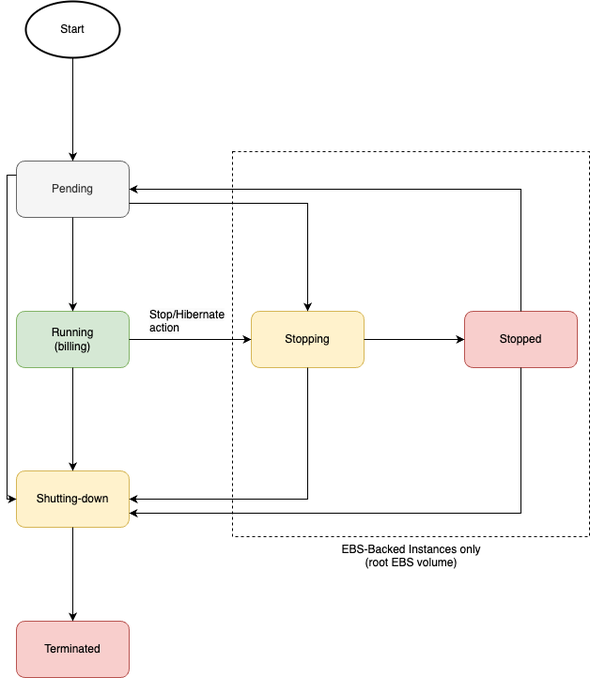
Before: src/2_AWSComponents/3_ComputeServices/AmazonEC2/assets/EC2_Instance_LifeCycle.drawio.png, a diagram exported from draw.io (Anshul619/HLD-System-Designs). Source tidied: cells renumbered, new cells last; positions are measured from the earlier drawing's top-left corner, leaving out a move shared by most shapes. Source of this version:
```xml
<mxGraphModel>
  <root>
    <mxCell id="0" />
    <mxCell id="1" parent="0" />
    <mxCell id="2" value="EBS-Backed Instances only&lt;br&gt;(root EBS volume)" style="verticalLabelPosition=bottom;verticalAlign=top;html=1;shape=mxgraph.basic.rect;fillColor2=none;strokeWidth=1;size=20;indent=5;dashed=1;" parent="1" vertex="1">
      <mxGeometry x="230" y="160" width="380" height="410" as="geometry" />
    </mxCell>
    <mxCell id="3" value="Pending" style="rounded=1;whiteSpace=wrap;html=1;fillColor=#f5f5f5;strokeColor=#666666;fontColor=#333333;" parent="1" vertex="1">
      <mxGeometry y="170" width="120" height="60" as="geometry" />
    </mxCell>
    <mxCell id="4" value="Start" style="strokeWidth=2;html=1;shape=mxgraph.flowchart.start_1;whiteSpace=wrap;" parent="1" vertex="1">
      <mxGeometry x="10" width="100" height="60" as="geometry" />
    </mxCell>
    <mxCell id="5" style="endArrow=classic;html=1;rounded=0;entryX=0.5;entryY=0;entryDx=0;entryDy=0;" parent="1" edge="1" source="4" target="3">
      <mxGeometry relative="1" as="geometry" />
    </mxCell>
    <mxCell id="6" value="Running &lt;br&gt;(billing)" style="rounded=1;whiteSpace=wrap;html=1;fillColor=#d5e8d4;strokeColor=#82b366;" parent="1" vertex="1">
      <mxGeometry y="330" width="120" height="60" as="geometry" />
    </mxCell>
    <mxCell id="7" style="endArrow=classic;html=1;rounded=0;exitX=0.5;exitY=1;exitDx=0;exitDy=0;" parent="1" edge="1" source="3" target="6">
      <mxGeometry relative="1" as="geometry" />
    </mxCell>
    <mxCell id="8" value="Shutting-down" style="rounded=1;whiteSpace=wrap;html=1;fillColor=#fff2cc;strokeColor=#d6b656;" parent="1" vertex="1">
      <mxGeometry y="500" width="120" height="60" as="geometry" />
    </mxCell>
    <mxCell id="9" style="endArrow=classic;html=1;rounded=0;exitX=0.5;exitY=1;exitDx=0;exitDy=0;" parent="1" edge="1" source="6" target="8">
      <mxGeometry relative="1" as="geometry" />
    </mxCell>
    <mxCell id="10" value="Terminated" style="rounded=1;whiteSpace=wrap;html=1;fillColor=#f8cecc;strokeColor=#b85450;" parent="1" vertex="1">
      <mxGeometry y="660" width="120" height="60" as="geometry" />
    </mxCell>
    <mxCell id="11" style="endArrow=classic;html=1;rounded=0;" parent="1" edge="1" target="10">
      <mxGeometry relative="1" as="geometry">
        <mxPoint x="60" y="560" as="sourcePoint" />
      </mxGeometry>
    </mxCell>
    <mxCell id="12" value="Stopping" style="rounded=1;whiteSpace=wrap;html=1;fillColor=#fff2cc;strokeColor=#d6b656;" parent="1" vertex="1">
      <mxGeometry x="250" y="330" width="120" height="60" as="geometry" />
    </mxCell>
    <mxCell id="13" style="endArrow=classic;html=1;rounded=0;exitX=1;exitY=0.5;exitDx=0;exitDy=0;" parent="1" edge="1" source="6" target="12">
      <mxGeometry relative="1" as="geometry" />
    </mxCell>
    <mxCell id="14" style="endArrow=classic;html=1;rounded=0;exitX=1;exitY=0.75;exitDx=0;exitDy=0;entryX=0.5;entryY=0;entryDx=0;entryDy=0;edgeStyle=orthogonalEdgeStyle;" parent="1" edge="1" source="3" target="12">
      <mxGeometry relative="1" as="geometry" />
    </mxCell>
    <mxCell id="15" value="Stopped" style="rounded=1;whiteSpace=wrap;html=1;fillColor=#f8cecc;strokeColor=#b85450;" parent="1" vertex="1">
      <mxGeometry x="477" y="330" width="120" height="60" as="geometry" />
    </mxCell>
    <mxCell id="16" style="endArrow=classic;html=1;rounded=0;exitX=1;exitY=0.5;exitDx=0;exitDy=0;entryX=0;entryY=0.5;entryDx=0;entryDy=0;" parent="1" edge="1" source="12" target="15">
      <mxGeometry relative="1" as="geometry" />
    </mxCell>
    <mxCell id="17" style="endArrow=classic;html=1;rounded=0;exitX=0.5;exitY=0;exitDx=0;exitDy=0;entryX=1;entryY=0.5;entryDx=0;entryDy=0;edgeStyle=orthogonalEdgeStyle;" parent="1" edge="1" source="15" target="3">
      <mxGeometry relative="1" as="geometry" />
    </mxCell>
    <mxCell id="18" style="endArrow=classic;html=1;rounded=0;exitX=0.5;exitY=1;exitDx=0;exitDy=0;entryX=1;entryY=0.5;entryDx=0;entryDy=0;edgeStyle=orthogonalEdgeStyle;" parent="1" edge="1" source="12" target="8">
      <mxGeometry relative="1" as="geometry" />
    </mxCell>
    <mxCell id="19" style="endArrow=classic;html=1;rounded=0;exitX=0.5;exitY=1;exitDx=0;exitDy=0;entryX=1;entryY=0.75;entryDx=0;entryDy=0;edgeStyle=orthogonalEdgeStyle;" parent="1" edge="1" source="15" target="8">
      <mxGeometry relative="1" as="geometry" />
    </mxCell>
    <mxCell id="20" style="endArrow=classic;html=1;rounded=0;exitX=0;exitY=0.25;exitDx=0;exitDy=0;entryX=0;entryY=0.5;entryDx=0;entryDy=0;edgeStyle=orthogonalEdgeStyle;" parent="1" edge="1" source="3" target="8">
      <mxGeometry relative="1" as="geometry" />
    </mxCell>
    <mxCell id="21" value="&lt;span style=&quot;color: rgb(0, 0, 0); font-family: Helvetica; font-size: 12px; font-style: normal; font-variant-ligatures: normal; font-variant-caps: normal; font-weight: 400; letter-spacing: normal; orphans: 2; text-align: center; text-indent: 0px; text-transform: none; widows: 2; word-spacing: 0px; -webkit-text-stroke-width: 0px; background-color: rgb(251, 251, 251); text-decoration-thickness: initial; text-decoration-style: initial; text-decoration-color: initial; float: none; display: inline !important;&quot;&gt;Stop/Hibernate action&lt;/span&gt;" style="text;whiteSpace=wrap;html=1;" parent="1" vertex="1">
      <mxGeometry x="140" y="320" width="90" height="40" as="geometry" />
    </mxCell>
  </root>
</mxGraphModel>
```
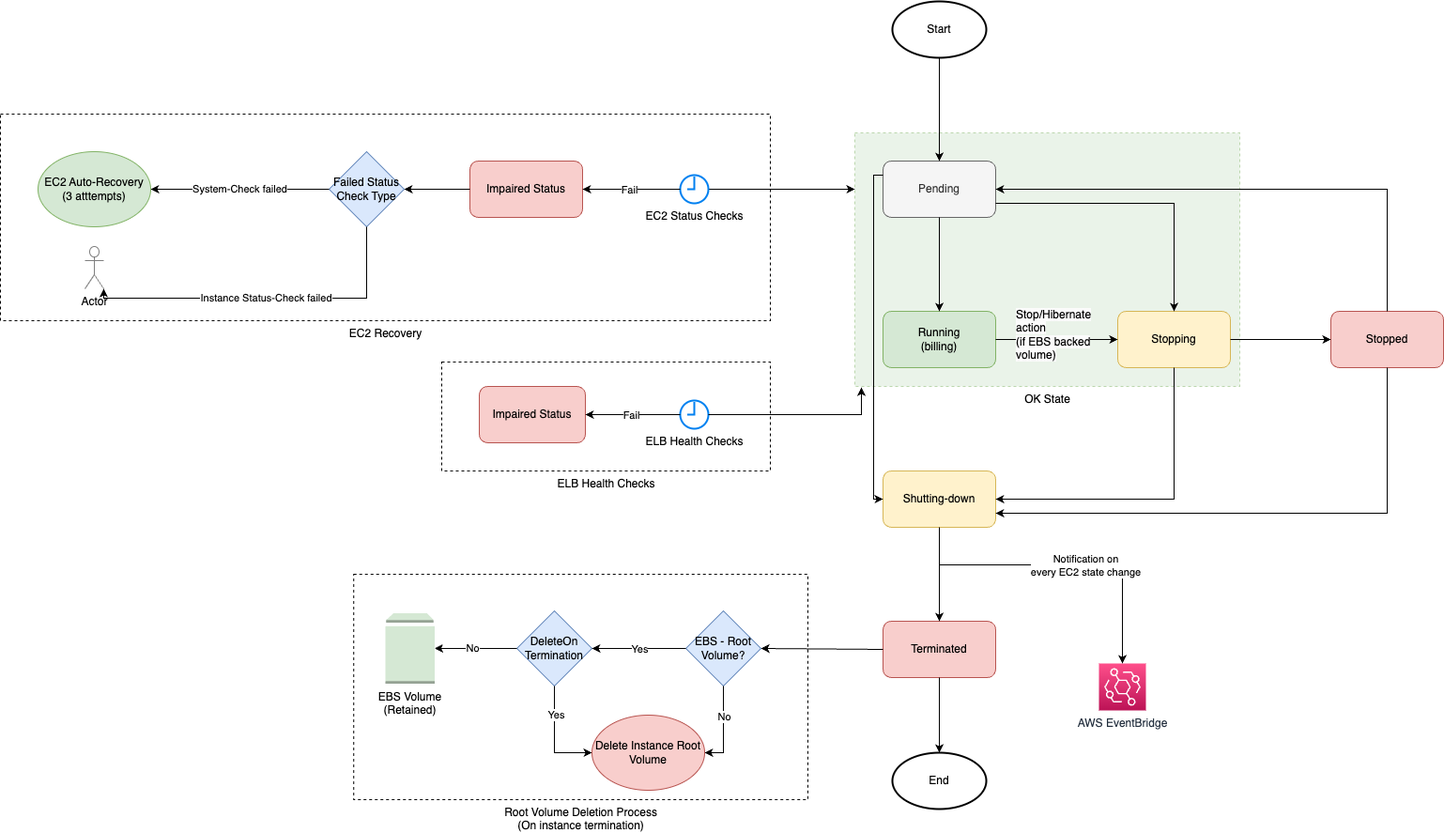
Later version of the same file.

Change to the diagram source:
```diff
@@ -2,9 +2,15 @@
   <root>
     <mxCell id="0" />
     <mxCell id="1" parent="0" />
-    <mxCell id="2" value="EBS-Backed Instances only&lt;br&gt;(root EBS volume)" style="verticalLabelPosition=bottom;verticalAlign=top;html=1;shape=mxgraph.basic.rect;fillColor2=none;strokeWidth=1;size=20;indent=5;dashed=1;" parent="1" vertex="1">
-      <mxGeometry x="230" y="160" width="380" height="410" as="geometry" />
-    </mxCell>
+    <mxCell id="22" value="OK State" style="verticalLabelPosition=bottom;verticalAlign=top;html=1;shape=mxgraph.basic.rect;fillColor2=none;strokeWidth=1;size=20;indent=5;dashed=1;fillColor=#d5e8d4;strokeColor=#82b366;opacity=50;" parent="1" vertex="1">
+      <mxGeometry x="-30" y="140" width="410" height="270" as="geometry" />
+    </mxCell>
+    <mxCell id="23" value="EC2 Recovery" style="verticalLabelPosition=bottom;verticalAlign=top;html=1;shape=mxgraph.basic.rect;fillColor2=none;strokeWidth=1;size=20;indent=5;dashed=1;" parent="1" vertex="1">
+      <mxGeometry x="-940" y="120" width="820" height="220" as="geometry" />
+    </mxCell>
+    <mxCell id="24" value="Root Volume Deletion Process&lt;br&gt;(On instance termination)" style="verticalLabelPosition=bottom;verticalAlign=top;html=1;shape=mxgraph.basic.rect;fillColor2=none;strokeWidth=1;size=20;indent=5;dashed=1;" parent="1" vertex="1">
+      <mxGeometry x="-563.8" y="610" width="483.8" height="240" as="geometry" />
+    </mxCell>
     <mxCell id="3" value="Pending" style="rounded=1;whiteSpace=wrap;html=1;fillColor=#f5f5f5;strokeColor=#666666;fontColor=#333333;" parent="1" vertex="1">
       <mxGeometry y="170" width="120" height="60" as="geometry" />
     </mxCell>
@@ -23,9 +29,6 @@
     <mxCell id="8" value="Shutting-down" style="rounded=1;whiteSpace=wrap;html=1;fillColor=#fff2cc;strokeColor=#d6b656;" parent="1" vertex="1">
       <mxGeometry y="500" width="120" height="60" as="geometry" />
     </mxCell>
-    <mxCell id="9" style="endArrow=classic;html=1;rounded=0;exitX=0.5;exitY=1;exitDx=0;exitDy=0;" parent="1" edge="1" source="6" target="8">
-      <mxGeometry relative="1" as="geometry" />
-    </mxCell>
     <mxCell id="10" value="Terminated" style="rounded=1;whiteSpace=wrap;html=1;fillColor=#f8cecc;strokeColor=#b85450;" parent="1" vertex="1">
       <mxGeometry y="660" width="120" height="60" as="geometry" />
     </mxCell>
@@ -61,8 +64,129 @@
     <mxCell id="20" style="endArrow=classic;html=1;rounded=0;exitX=0;exitY=0.25;exitDx=0;exitDy=0;entryX=0;entryY=0.5;entryDx=0;entryDy=0;edgeStyle=orthogonalEdgeStyle;" parent="1" edge="1" source="3" target="8">
       <mxGeometry relative="1" as="geometry" />
     </mxCell>
-    <mxCell id="21" value="&lt;span style=&quot;color: rgb(0, 0, 0); font-family: Helvetica; font-size: 12px; font-style: normal; font-variant-ligatures: normal; font-variant-caps: normal; font-weight: 400; letter-spacing: normal; orphans: 2; text-align: center; text-indent: 0px; text-transform: none; widows: 2; word-spacing: 0px; -webkit-text-stroke-width: 0px; background-color: rgb(251, 251, 251); text-decoration-thickness: initial; text-decoration-style: initial; text-decoration-color: initial; float: none; display: inline !important;&quot;&gt;Stop/Hibernate action&lt;/span&gt;" style="text;whiteSpace=wrap;html=1;" parent="1" vertex="1">
+    <mxCell id="21" value="&lt;span style=&quot;color: rgb(0, 0, 0); font-family: Helvetica; font-size: 12px; font-style: normal; font-variant-ligatures: normal; font-variant-caps: normal; font-weight: 400; letter-spacing: normal; orphans: 2; text-align: center; text-indent: 0px; text-transform: none; widows: 2; word-spacing: 0px; -webkit-text-stroke-width: 0px; background-color: rgb(251, 251, 251); text-decoration-thickness: initial; text-decoration-style: initial; text-decoration-color: initial; float: none; display: inline !important;&quot;&gt;Stop/Hibernate action &lt;br&gt;(if EBS backed volume)&lt;/span&gt;" style="text;whiteSpace=wrap;html=1;" parent="1" vertex="1">
       <mxGeometry x="140" y="320" width="90" height="40" as="geometry" />
     </mxCell>
+    <mxCell id="25" style="endArrow=classic;html=1;rounded=0;exitX=0;exitY=0.5;exitDx=0;exitDy=0;startArrow=none;entryX=1;entryY=0.5;entryDx=0;entryDy=0;" parent="1" edge="1" source="26" target="26">
+      <mxGeometry relative="1" as="geometry" />
+    </mxCell>
+    <mxCell id="26" value="Impaired Status" style="rounded=1;whiteSpace=wrap;html=1;fillColor=#f8cecc;strokeColor=#b85450;" parent="1" vertex="1">
+      <mxGeometry x="-440" y="170" width="120" height="60" as="geometry" />
+    </mxCell>
+    <mxCell id="27" style="endArrow=classic;html=1;rounded=0;" parent="1" edge="1" source="45">
+      <mxGeometry relative="1" as="geometry">
+        <mxPoint x="-30" y="200" as="targetPoint" />
+      </mxGeometry>
+    </mxCell>
+    <mxCell id="28" style="endArrow=classic;html=1;rounded=0;exitX=0;exitY=0.5;exitDx=0;exitDy=0;entryX=1;entryY=0.5;entryDx=0;entryDy=0;" parent="1" edge="1" source="26" target="48">
+      <mxGeometry relative="1" as="geometry" />
+    </mxCell>
+    <mxCell id="29" value="AWS EventBridge" style="sketch=0;points=[[0,0,0],[0.25,0,0],[0.5,0,0],[0.75,0,0],[1,0,0],[0,1,0],[0.25,1,0],[0.5,1,0],[0.75,1,0],[1,1,0],[0,0.25,0],[0,0.5,0],[0,0.75,0],[1,0.25,0],[1,0.5,0],[1,0.75,0]];outlineConnect=0;fontColor=#232F3E;gradientColor=#FF4F8B;gradientDirection=north;fillColor=#BC1356;strokeColor=#ffffff;dashed=0;verticalLabelPosition=bottom;verticalAlign=top;align=center;html=1;fontSize=12;fontStyle=0;shape=mxgraph.aws4.resourceIcon;resIcon=mxgraph.aws4.eventbridge;" parent="1" vertex="1">
+      <mxGeometry x="230" y="705" width="50" height="50" as="geometry" />
+    </mxCell>
+    <mxCell id="30" style="endArrow=classic;html=1;rounded=0;edgeStyle=orthogonalEdgeStyle;" parent="1" edge="1" target="29">
+      <mxGeometry relative="1" as="geometry">
+        <mxPoint x="60" y="600" as="sourcePoint" />
+      </mxGeometry>
+    </mxCell>
+    <mxCell id="31" value="Notification on &lt;br&gt;every EC2 state change" style="edgeLabel;html=1;align=center;verticalAlign=middle;" parent="30" vertex="1">
+      <mxGeometry x="0.03" relative="1" as="geometry">
+        <mxPoint x="1" as="offset" />
+      </mxGeometry>
+    </mxCell>
+    <mxCell id="32" style="endArrow=classic;html=1;rounded=0;exitX=0;exitY=0.5;exitDx=0;exitDy=0;entryX=1;entryY=0.5;entryDx=0;entryDy=0;" parent="1" edge="1" source="10" target="34">
+      <mxGeometry relative="1" as="geometry" />
+    </mxCell>
+    <mxCell id="33" value="DeleteOn&lt;br&gt;Termination" style="rhombus;whiteSpace=wrap;html=1;strokeColor=#6c8ebf;fillColor=#dae8fc;" parent="1" vertex="1">
+      <mxGeometry x="-390" y="649" width="80" height="80" as="geometry" />
+    </mxCell>
+    <mxCell id="34" value="EBS - Root Volume?" style="rhombus;whiteSpace=wrap;html=1;strokeColor=#6c8ebf;fillColor=#dae8fc;" parent="1" vertex="1">
+      <mxGeometry x="-210" y="649" width="80" height="80" as="geometry" />
+    </mxCell>
+    <mxCell id="35" style="endArrow=classic;html=1;rounded=0;exitX=0;exitY=0.5;exitDx=0;exitDy=0;" parent="1" edge="1" source="34" target="33">
+      <mxGeometry relative="1" as="geometry" />
+    </mxCell>
+    <mxCell id="36" value="Yes" style="edgeLabel;html=1;align=center;verticalAlign=middle;" parent="35" vertex="1">
+      <mxGeometry x="-0.23" y="2" relative="1" as="geometry">
+        <mxPoint x="-11" y="-2" as="offset" />
+      </mxGeometry>
+    </mxCell>
+    <mxCell id="37" style="endArrow=classic;html=1;rounded=0;exitX=0.5;exitY=1;exitDx=0;exitDy=0;entryX=1;entryY=0.5;entryDx=0;entryDy=0;edgeStyle=orthogonalEdgeStyle;" parent="1" edge="1" source="34" target="44">
+      <mxGeometry relative="1" as="geometry" />
+    </mxCell>
+    <mxCell id="38" value="No" style="edgeLabel;html=1;align=center;verticalAlign=middle;" parent="37" vertex="1">
+      <mxGeometry x="-0.3" y="4" relative="1" as="geometry">
+        <mxPoint x="-4" as="offset" />
+      </mxGeometry>
+    </mxCell>
+    <mxCell id="39" value="EBS Volume&lt;br&gt;(Retained)" style="outlineConnect=0;dashed=0;verticalLabelPosition=bottom;verticalAlign=top;align=center;html=1;shape=mxgraph.aws3.volume;fillColor=#D5E8D4;gradientColor=none;strokeColor=#1E1E1E;" parent="1" vertex="1">
+      <mxGeometry x="-530" y="651.5" width="52.5" height="75" as="geometry" />
+    </mxCell>
+    <mxCell id="40" style="endArrow=classic;html=1;rounded=0;exitX=0;exitY=0.5;exitDx=0;exitDy=0;" parent="1" edge="1" source="33" target="39">
+      <mxGeometry relative="1" as="geometry" />
+    </mxCell>
+    <mxCell id="41" value="No" style="edgeLabel;html=1;align=center;verticalAlign=middle;" parent="40" vertex="1">
+      <mxGeometry x="0.1" y="-1" relative="1" as="geometry" />
+    </mxCell>
+    <mxCell id="42" style="endArrow=classic;html=1;rounded=0;exitX=0.5;exitY=1;exitDx=0;exitDy=0;entryX=0;entryY=0.5;entryDx=0;entryDy=0;edgeStyle=orthogonalEdgeStyle;" parent="1" edge="1" source="33" target="44">
+      <mxGeometry relative="1" as="geometry" />
+    </mxCell>
+    <mxCell id="43" value="Yes" style="edgeLabel;html=1;align=center;verticalAlign=middle;" parent="42" vertex="1">
+      <mxGeometry x="-0.45" y="1" relative="1" as="geometry" />
+    </mxCell>
+    <mxCell id="44" value="Delete Instance Root Volume" style="ellipse;whiteSpace=wrap;html=1;fillColor=#f8cecc;strokeColor=#b85450;" parent="1" vertex="1">
+      <mxGeometry x="-310" y="760" width="120" height="80" as="geometry" />
+    </mxCell>
+    <mxCell id="45" value="EC2 Status Checks" style="html=1;verticalLabelPosition=bottom;align=center;labelBackgroundColor=#ffffff;verticalAlign=top;strokeWidth=2;strokeColor=#0080F0;shadow=0;dashed=0;shape=mxgraph.ios7.icons.clock;" parent="1" vertex="1">
+      <mxGeometry x="-216" y="185" width="30" height="30" as="geometry" />
+    </mxCell>
+    <mxCell id="46" style="endArrow=classic;html=1;rounded=0;" parent="1" edge="1" source="45" target="26">
+      <mxGeometry relative="1" as="geometry" />
+    </mxCell>
+    <mxCell id="47" value="Fail" style="edgeLabel;html=1;align=center;verticalAlign=middle;" parent="46" vertex="1">
+      <mxGeometry x="0.05" relative="1" as="geometry" />
+    </mxCell>
+    <mxCell id="48" value="Failed Status Check Type" style="rhombus;whiteSpace=wrap;html=1;fillColor=#dae8fc;strokeColor=#6c8ebf;" parent="1" vertex="1">
+      <mxGeometry x="-590" y="160" width="80" height="80" as="geometry" />
+    </mxCell>
+    <mxCell id="49" value="System-Check failed" style="endArrow=classic;html=1;rounded=0;exitX=0;exitY=0.5;exitDx=0;exitDy=0;entryX=1;entryY=0.5;entryDx=0;entryDy=0;" parent="1" edge="1" source="48" target="50">
+      <mxGeometry relative="1" as="geometry" />
+    </mxCell>
+    <mxCell id="50" value="EC2 Auto-Recovery&lt;br&gt;(3 atttempts)" style="ellipse;whiteSpace=wrap;html=1;fillColor=#d5e8d4;strokeColor=#82b366;" parent="1" vertex="1">
+      <mxGeometry x="-900" y="160" width="120" height="80" as="geometry" />
+    </mxCell>
+    <mxCell id="51" value="ELB Health Checks" style="verticalLabelPosition=bottom;verticalAlign=top;html=1;shape=mxgraph.basic.rect;fillColor2=none;strokeWidth=1;size=20;indent=5;dashed=1;" parent="1" vertex="1">
+      <mxGeometry x="-470" y="384" width="350" height="116" as="geometry" />
+    </mxCell>
+    <mxCell id="52" style="endArrow=classic;html=1;rounded=0;exitX=0;exitY=0.5;exitDx=0;exitDy=0;startArrow=none;entryX=1;entryY=0.5;entryDx=0;entryDy=0;" parent="1" edge="1" source="53" target="53">
+      <mxGeometry relative="1" as="geometry" />
+    </mxCell>
+    <mxCell id="53" value="Impaired Status" style="rounded=1;whiteSpace=wrap;html=1;fillColor=#f8cecc;strokeColor=#b85450;" parent="1" vertex="1">
+      <mxGeometry x="-430" y="410" width="113" height="60" as="geometry" />
+    </mxCell>
+    <mxCell id="54" value="ELB Health Checks" style="html=1;verticalLabelPosition=bottom;align=center;labelBackgroundColor=#ffffff;verticalAlign=top;strokeWidth=2;strokeColor=#0080F0;shadow=0;dashed=0;shape=mxgraph.ios7.icons.clock;" parent="1" vertex="1">
+      <mxGeometry x="-216" y="425" width="30" height="30" as="geometry" />
+    </mxCell>
+    <mxCell id="55" style="endArrow=classic;html=1;rounded=0;" parent="1" edge="1" source="54" target="53">
+      <mxGeometry relative="1" as="geometry" />
+    </mxCell>
+    <mxCell id="56" value="Fail" style="edgeLabel;html=1;align=center;verticalAlign=middle;" parent="55" vertex="1">
+      <mxGeometry x="0.05" relative="1" as="geometry" />
+    </mxCell>
+    <mxCell id="57" style="endArrow=classic;html=1;rounded=0;elbow=vertical;entryX=0.017;entryY=1.004;entryDx=0;entryDy=0;entryPerimeter=0;edgeStyle=orthogonalEdgeStyle;" parent="1" edge="1" source="54" target="22">
+      <mxGeometry relative="1" as="geometry" />
+    </mxCell>
+    <mxCell id="58" value="Actor" style="shape=umlActor;verticalLabelPosition=bottom;verticalAlign=top;html=1;outlineConnect=0;opacity=50;" parent="1" vertex="1">
+      <mxGeometry x="-850" y="261" width="20" height="45" as="geometry" />
+    </mxCell>
+    <mxCell id="59" value="Instance Status-Check failed" style="endArrow=classic;html=1;rounded=0;elbow=vertical;exitX=0.5;exitY=1;exitDx=0;exitDy=0;entryX=1;entryY=1;entryDx=0;entryDy=0;entryPerimeter=0;edgeStyle=orthogonalEdgeStyle;" parent="1" edge="1" source="48" target="58">
+      <mxGeometry relative="1" as="geometry" />
+    </mxCell>
+    <mxCell id="60" value="End" style="strokeWidth=2;html=1;shape=mxgraph.flowchart.start_1;whiteSpace=wrap;" parent="1" vertex="1">
+      <mxGeometry x="10" y="800" width="100" height="60" as="geometry" />
+    </mxCell>
+    <mxCell id="61" style="endArrow=classic;html=1;rounded=0;elbow=vertical;exitX=0.5;exitY=1;exitDx=0;exitDy=0;entryX=0.5;entryY=0;entryDx=0;entryDy=0;entryPerimeter=0;" parent="1" edge="1" source="10" target="60">
+      <mxGeometry relative="1" as="geometry" />
+    </mxCell>
   </root>
 </mxGraphModel>
```
